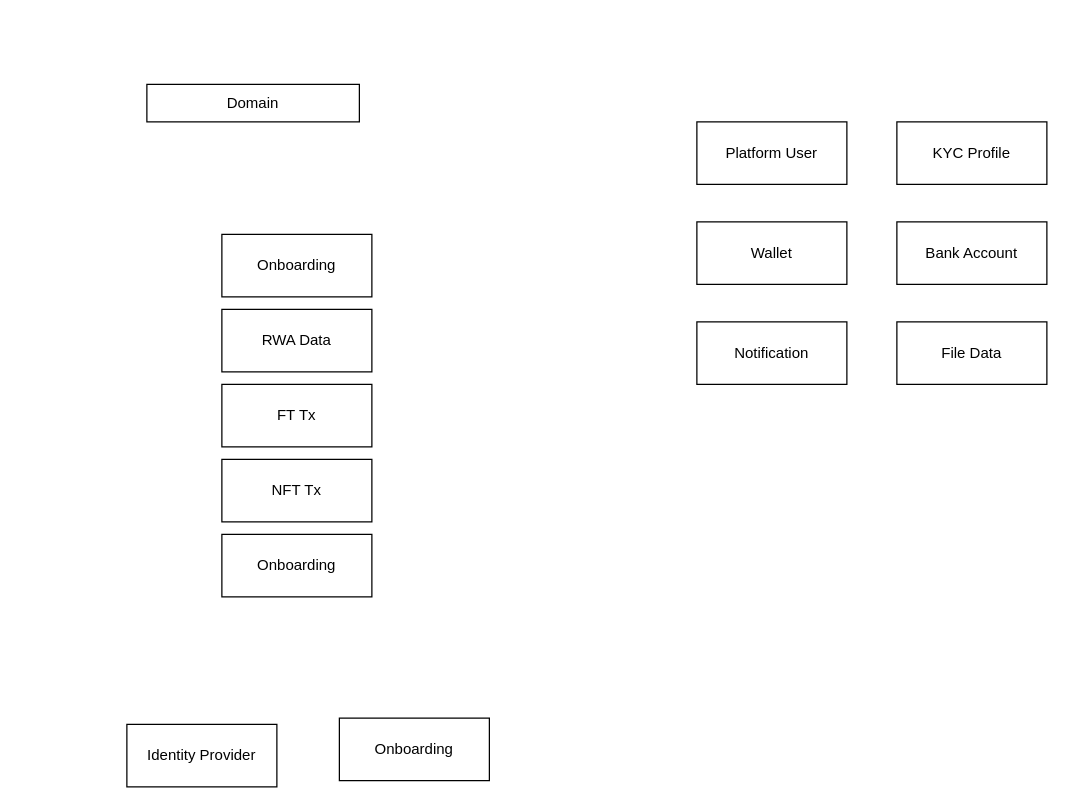
The draw.io diagram Untitled Diagram.drawio in hikariiiiiii/draw, before the edit. Source tidied: cells renumbered, new cells numbered last; positions are measured from the earlier drawing's top-left corner, leaving out a move shared by most shapes. Both pictures are drawn from the tidied source at 125%, with x=0, y=0 at pixel (126, 84).
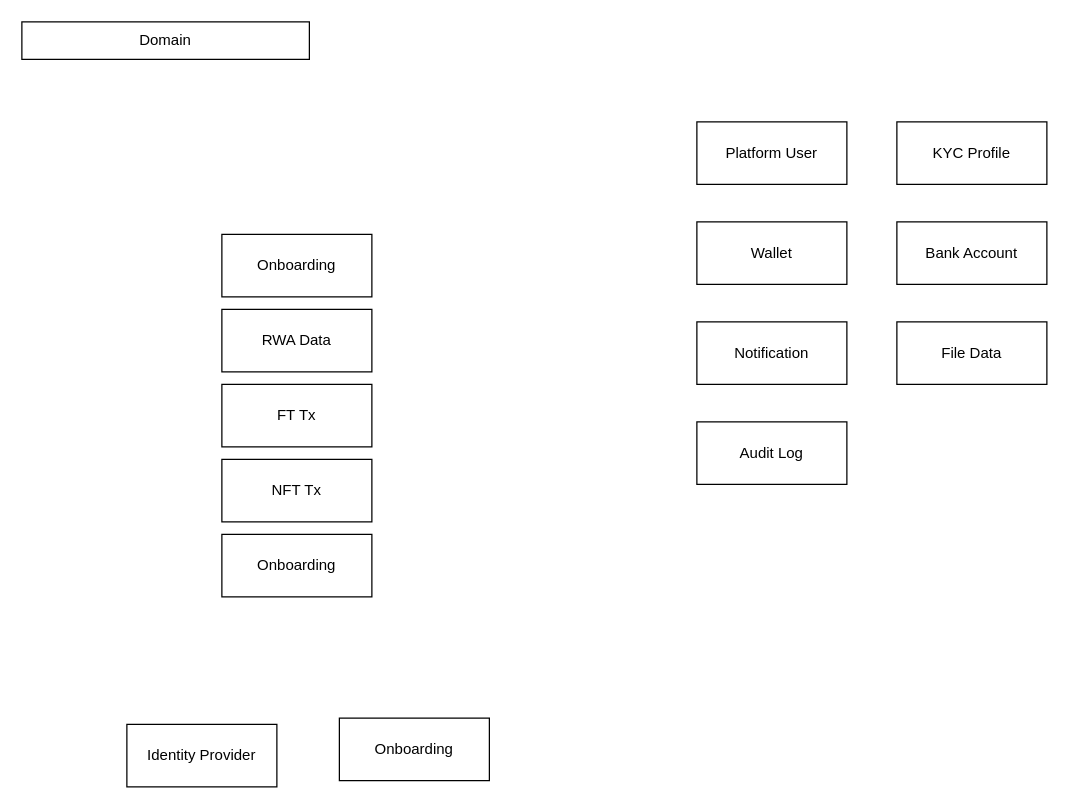
The same page after the edit.

Change to the diagram source:
```diff
@@
 <mxGraphModel>
   <root>
     <mxCell id="0" />
     <mxCell id="1" parent="0" />
     <mxCell id="2" value="Identity Provider" style="rounded=0;whiteSpace=wrap;html=1;" parent="1" vertex="1">
       <mxGeometry y="512" width="120" height="50" as="geometry" />
     </mxCell>
     <mxCell id="3" value="KYC Profile" style="rounded=0;whiteSpace=wrap;html=1;" parent="1" vertex="1">
       <mxGeometry x="616" y="30" width="120" height="50" as="geometry" />
     </mxCell>
     <mxCell id="4" value="Platform User" style="rounded=0;whiteSpace=wrap;html=1;" parent="1" vertex="1">
       <mxGeometry x="456" y="30" width="120" height="50" as="geometry" />
     </mxCell>
     <mxCell id="5" value="Onboarding" style="rounded=0;whiteSpace=wrap;html=1;" parent="1" vertex="1">
       <mxGeometry x="170" y="507" width="120" height="50" as="geometry" />
     </mxCell>
     <mxCell id="6" value="Onboarding" style="rounded=0;whiteSpace=wrap;html=1;" parent="1" vertex="1">
       <mxGeometry x="76" y="120" width="120" height="50" as="geometry" />
     </mxCell>
     <mxCell id="7" value="Domain" style="rounded=0;whiteSpace=wrap;html=1;" parent="1" vertex="1">
-      <mxGeometry x="16" width="170" height="30" as="geometry" />
+      <mxGeometry x="-84" y="-50" width="230" height="30" as="geometry" />
     </mxCell>
     <mxCell id="8" value="Wallet" style="rounded=0;whiteSpace=wrap;html=1;" parent="1" vertex="1">
       <mxGeometry x="456" y="110" width="120" height="50" as="geometry" />
     </mxCell>
     <mxCell id="9" value="Notification" style="rounded=0;whiteSpace=wrap;html=1;" parent="1" vertex="1">
       <mxGeometry x="456" y="190" width="120" height="50" as="geometry" />
     </mxCell>
     <mxCell id="10" value="Bank Account" style="rounded=0;whiteSpace=wrap;html=1;" parent="1" vertex="1">
       <mxGeometry x="616" y="110" width="120" height="50" as="geometry" />
     </mxCell>
     <mxCell id="11" value="File Data" style="rounded=0;whiteSpace=wrap;html=1;" parent="1" vertex="1">
       <mxGeometry x="616" y="190" width="120" height="50" as="geometry" />
     </mxCell>
     <mxCell id="12" value="RWA Data" style="rounded=0;whiteSpace=wrap;html=1;" parent="1" vertex="1">
       <mxGeometry x="76" y="180" width="120" height="50" as="geometry" />
     </mxCell>
     <mxCell id="13" value="FT Tx" style="rounded=0;whiteSpace=wrap;html=1;" parent="1" vertex="1">
       <mxGeometry x="76" y="240" width="120" height="50" as="geometry" />
     </mxCell>
     <mxCell id="14" value="NFT Tx" style="rounded=0;whiteSpace=wrap;html=1;" parent="1" vertex="1">
       <mxGeometry x="76" y="300" width="120" height="50" as="geometry" />
     </mxCell>
     <mxCell id="15" value="Onboarding" style="rounded=0;whiteSpace=wrap;html=1;" parent="1" vertex="1">
       <mxGeometry x="76" y="360" width="120" height="50" as="geometry" />
     </mxCell>
+    <mxCell id="16" value="Audit Log" style="rounded=0;whiteSpace=wrap;html=1;" parent="1" vertex="1">
+      <mxGeometry x="456" y="270" width="120" height="50" as="geometry" />
+    </mxCell>
   </root>
 </mxGraphModel>
```
